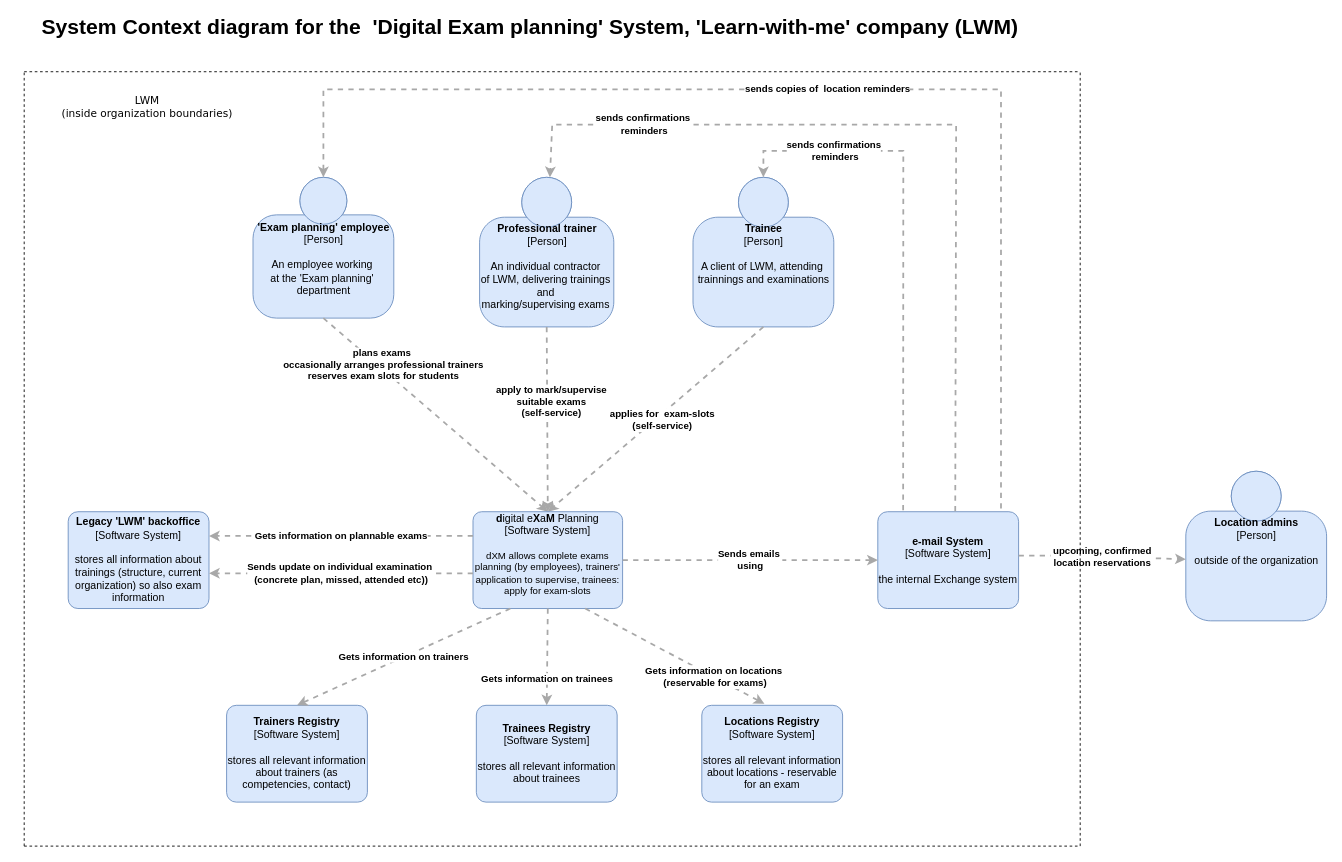
Before: system-context-diagram-dxm.drawio in andreea-anastasescu/school-of-architecture, a draw.io diagram. Source tidied: cells renumbered, new cells numbered last; positions are measured from the earlier drawing's top-left corner, leaving out a move shared by most shapes. Both pictures are drawn from the tidied source at 88%, with x=0, y=0 at pixel (24, 18).
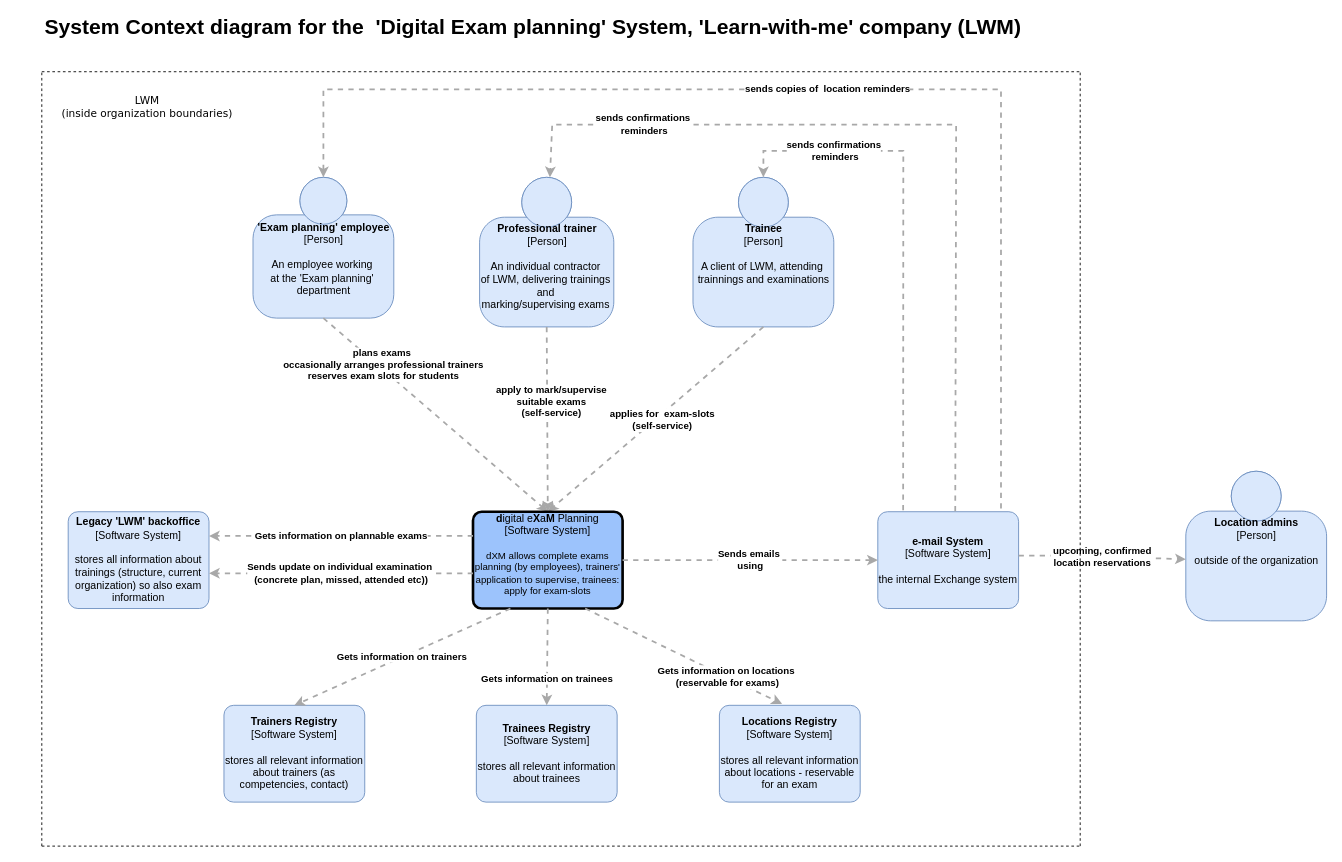
The same page after the edit.

Diff of the diagram source:
```diff
@@
-    <mxCell id="4" value="&lt;b style=&quot;font-size: 24px&quot;&gt;&lt;font face=&quot;Helvetica&quot; style=&quot;font-size: 24px&quot;&gt;System Context diagram for the&amp;nbsp; 'Digital Exam planning' System, &lt;font style=&quot;font-size: 24px&quot;&gt;'Learn-with-me' company (LWM)&lt;/font&gt;&lt;/font&gt;&lt;/b&gt;" style="text;html=1;strokeColor=none;fillColor=none;align=center;verticalAlign=middle;whiteSpace=wrap;rounded=0;fontFamily=Verdana;" parent="1" vertex="1">
-      <mxGeometry x="10" width="1130" height="20" as="geometry" />
+    <mxCell id="4" value="&lt;b style=&quot;font-size: 24px&quot;&gt;&lt;font face=&quot;Helvetica&quot; style=&quot;font-size: 24px&quot;&gt;&amp;nbsp; &amp;nbsp; System Context diagram for the&amp;nbsp; 'Digital Exam planning' System, &lt;font style=&quot;font-size: 24px&quot;&gt;'Learn-with-me' company (LWM)&lt;/font&gt;&lt;/font&gt;&lt;/b&gt;" style="text;html=1;strokeColor=none;fillColor=none;align=center;verticalAlign=middle;whiteSpace=wrap;rounded=0;fontFamily=Verdana;" parent="1" vertex="1">
+      <mxGeometry x="-10" width="1150" height="20" as="geometry" />
     </mxCell>
@@
-    <mxCell id="9" value="&lt;b&gt;d&lt;/b&gt;igital e&lt;b&gt;X&lt;/b&gt;a&lt;b&gt;M&lt;/b&gt;&amp;nbsp;Planning&lt;br&gt;&lt;div&gt;[Software System]&lt;/div&gt;&lt;br&gt;&lt;div style=&quot;font-size: 11px&quot;&gt;&lt;font style=&quot;font-size: 11px&quot;&gt;dXM allows complete e&lt;/font&gt;&lt;span&gt;xams planning (by employees),&lt;/span&gt;&lt;span&gt;&amp;nbsp;trainers' application to supervise,&lt;/span&gt;&lt;span&gt;&amp;nbsp;trainees: apply for exam-slots&lt;/span&gt;&lt;/div&gt;&lt;div style=&quot;text-align: left ; font-size: 11px&quot;&gt;&lt;font style=&quot;font-size: 11px&quot;&gt;&amp;nbsp;&amp;nbsp;&lt;/font&gt;&lt;/div&gt;" style="rounded=1;whiteSpace=wrap;html=1;labelBackgroundColor=none;fillColor=#dae8fc;fontColor=#000000;align=center;arcSize=9;strokeColor=#6c8ebf;points=[[0.25,0,0],[0.5,0,0],[0.75,0,0],[1,0.25,0],[1,0.5,0],[1,0.75,0],[0.75,1,0],[0.5,1,0],[0.25,1,0],[0,0.75,0],[0,0.5,0],[0,0.25,0]];" parent="1" vertex="1">
+    <mxCell id="9" value="&lt;b&gt;d&lt;/b&gt;igital e&lt;b&gt;X&lt;/b&gt;a&lt;b&gt;M&lt;/b&gt;&amp;nbsp;Planning&lt;br&gt;&lt;div&gt;[Software System]&lt;/div&gt;&lt;br&gt;&lt;div style=&quot;font-size: 11px&quot;&gt;&lt;font style=&quot;font-size: 11px&quot;&gt;dXM allows complete e&lt;/font&gt;&lt;span&gt;xams planning (by employees),&lt;/span&gt;&lt;span&gt;&amp;nbsp;trainers' application to supervise,&lt;/span&gt;&lt;span&gt;&amp;nbsp;trainees: apply for exam-slots&lt;/span&gt;&lt;/div&gt;&lt;div style=&quot;text-align: left ; font-size: 11px&quot;&gt;&lt;font style=&quot;font-size: 11px&quot;&gt;&amp;nbsp;&amp;nbsp;&lt;/font&gt;&lt;/div&gt;" style="rounded=1;whiteSpace=wrap;html=1;labelBackgroundColor=none;fontColor=#000000;align=center;arcSize=9;points=[[0.25,0,0],[0.5,0,0],[0.75,0,0],[1,0.25,0],[1,0.5,0],[1,0.75,0],[0.75,1,0],[0.5,1,0],[0.25,1,0],[0,0.75,0],[0,0.5,0],[0,0.25,0]];fillColor=#9CC3FC;strokeWidth=3;glass=0;shadow=0;sketch=0;" parent="1" vertex="1">
       <mxGeometry x="510" y="560" width="170" height="110" as="geometry" />
     </mxCell>
@@
     <mxCell id="14" value="&lt;b&gt;Trainers Registry&lt;/b&gt;&lt;br&gt;&lt;div&gt;[Software System]&lt;/div&gt;&lt;br&gt;&lt;div&gt;stores all relevant information about trainers (as competencies, contact)&lt;/div&gt;" style="rounded=1;whiteSpace=wrap;html=1;labelBackgroundColor=none;fillColor=#dae8fc;fontColor=#000000;align=center;arcSize=10;strokeColor=#6c8ebf;points=[[0.25,0,0],[0.5,0,0],[0.75,0,0],[1,0.25,0],[1,0.5,0],[1,0.75,0],[0.75,1,0],[0.5,1,0],[0.25,1,0],[0,0.75,0],[0,0.5,0],[0,0.25,0]];" parent="1" vertex="1">
-      <mxGeometry x="230" y="780" width="160" height="110" as="geometry" />
+      <mxGeometry x="227" y="780" width="160" height="110" as="geometry" />
     </mxCell>
@@
     <mxCell id="18" value="&lt;b&gt;Locations Registry&lt;/b&gt;&lt;br&gt;&lt;div&gt;[Software System]&lt;/div&gt;&lt;br&gt;&lt;div&gt;stores all relevant information about locations - reservable for an exam&lt;/div&gt;" style="rounded=1;whiteSpace=wrap;html=1;labelBackgroundColor=none;fillColor=#dae8fc;fontColor=#000000;align=center;arcSize=10;strokeColor=#6c8ebf;points=[[0.25,0,0],[0.5,0,0],[0.75,0,0],[1,0.25,0],[1,0.5,0],[1,0.75,0],[0.75,1,0],[0.5,1,0],[0.25,1,0],[0,0.75,0],[0,0.5,0],[0,0.25,0]];" parent="1" vertex="1">
-      <mxGeometry x="770" y="780" width="160" height="110" as="geometry" />
+      <mxGeometry x="790" y="780" width="160" height="110" as="geometry" />
     </mxCell>
@@
     <mxCell id="26" style="endArrow=none;dashed=1;html=1;fontFamily=Verdana;" parent="1" edge="1">
       <mxGeometry relative="1" as="geometry">
-        <mxPoint y="940" as="sourcePoint" />
-        <mxPoint y="60" as="targetPoint" />
+        <mxPoint x="20" y="940" as="sourcePoint" />
+        <mxPoint x="20" y="60" as="targetPoint" />
       </mxGeometry>
     </mxCell>
     <mxCell id="27" style="endArrow=none;dashed=1;html=1;fontFamily=Verdana;" parent="1" edge="1">
       <mxGeometry relative="1" as="geometry">
-        <mxPoint y="60" as="sourcePoint" />
+        <mxPoint x="20" y="60" as="sourcePoint" />
         <mxPoint x="1200" y="60" as="targetPoint" />
       </mxGeometry>
     </mxCell>
     <mxCell id="28" style="endArrow=none;dashed=1;html=1;fontFamily=Verdana;" parent="1" edge="1">
       <mxGeometry relative="1" as="geometry">
-        <mxPoint y="940" as="sourcePoint" />
+        <mxPoint x="20" y="940" as="sourcePoint" />
         <mxPoint x="1200" y="940" as="targetPoint" />
       </mxGeometry>
     </mxCell>
```
